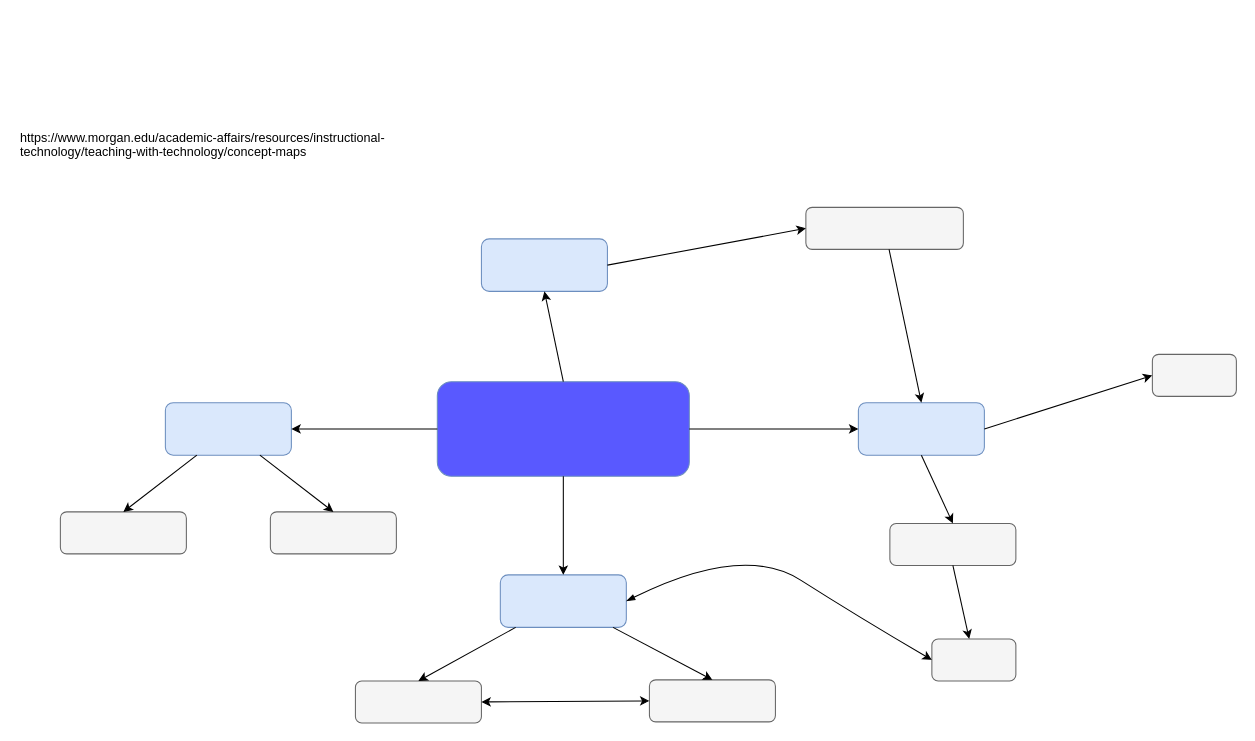
Earlier version of the draw.io diagram page "2.2" (2 of 4) of ConceptMaps.drawio (k-wtamu/Capstone). Source tidied: cells renumbered, new cells numbered last; positions are measured from the earlier drawing's top-left corner, leaving out a move shared by most shapes. Both pictures are drawn from the tidied source at 105%, with x=0, y=0 at pixel (18, 123).
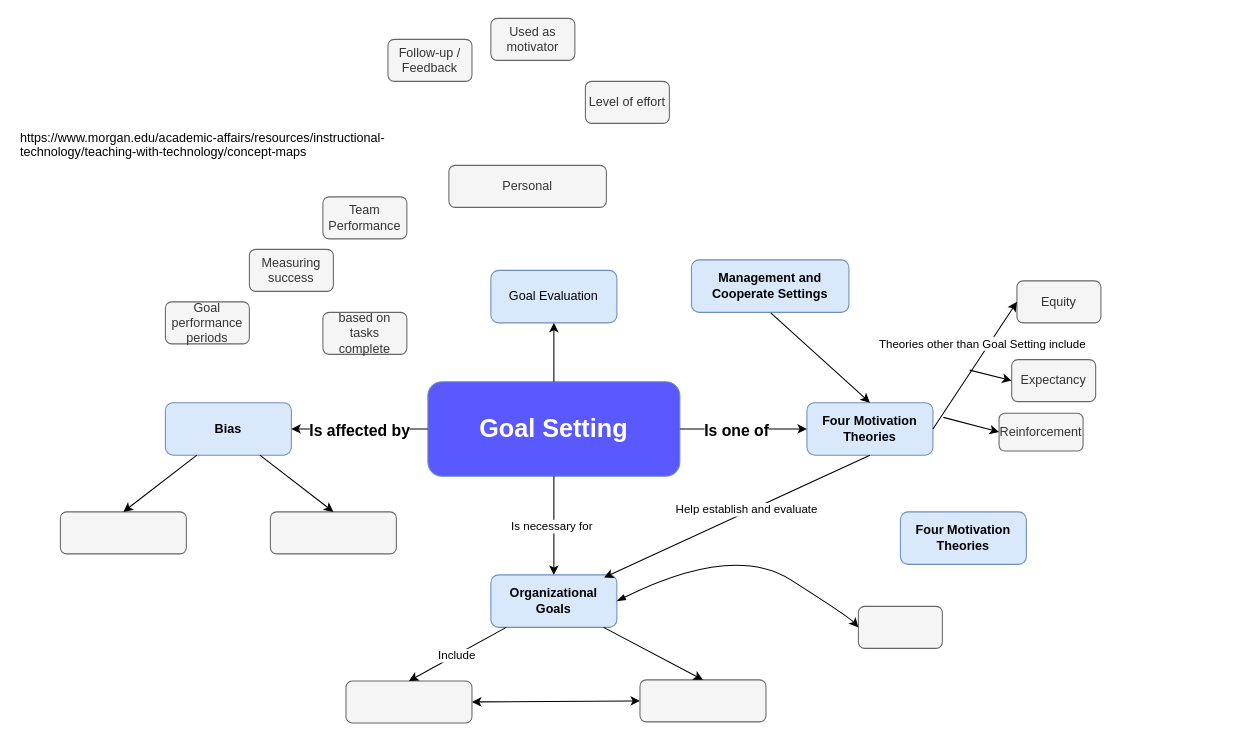
After the change.

The change refers to these unchanged cells:
```xml
<mxCell id="5" style="endArrow=classic;html=1;rounded=0;exitX=0;exitY=0.5;exitDx=0;exitDy=0;entryX=1;entryY=0.5;entryDx=0;entryDy=0;" parent="1" edge="1" source="2" target="3">
  <mxGeometry relative="1" as="geometry" />
</mxCell>
<mxCell id="11" style="endArrow=classic;html=1;rounded=0;exitX=0.5;exitY=1;exitDx=0;exitDy=0;entryX=0.5;entryY=0;entryDx=0;entryDy=0;" parent="1" edge="1" source="2" target="10">
  <mxGeometry relative="1" as="geometry" />
</mxCell>
<mxCell id="15" style="endArrow=classic;html=1;rounded=0;entryX=0.5;entryY=0;entryDx=0;entryDy=0;" parent="1" edge="1" source="10" target="14">
  <mxGeometry relative="1" as="geometry" />
</mxCell>
<mxCell id="25" style="endArrow=classic;html=1;rounded=0;exitX=1;exitY=0.5;exitDx=0;exitDy=0;entryX=0;entryY=0.5;entryDx=0;entryDy=0;" parent="1" edge="1" source="2" target="18">
  <mxGeometry relative="1" as="geometry" />
</mxCell>
<mxCell id="27" style="endArrow=classic;html=1;rounded=0;exitX=1;exitY=0.5;exitDx=0;exitDy=0;entryX=0;entryY=0.5;entryDx=0;entryDy=0;" parent="1" edge="1" source="18" target="21">
  <mxGeometry relative="1" as="geometry" />
</mxCell>
```

What changed in the source:
```diff
@@
-    <mxCell id="2" style="rounded=1;whiteSpace=wrap;html=1;fillColor=#5959FF;strokeColor=#6c8ebf;gradientColor=none;" parent="1" vertex="1">
-      <mxGeometry x="399" y="246" width="240" height="90" as="geometry" />
+    <mxCell id="2" value="&lt;font style=&quot;font-size: 24px; color: rgb(255, 255, 255);&quot;&gt;&lt;b&gt;Goal Setting&lt;/b&gt;&lt;/font&gt;" style="rounded=1;whiteSpace=wrap;html=1;fillColor=#5959FF;strokeColor=#6c8ebf;gradientColor=none;" parent="1" vertex="1">
+      <mxGeometry x="390" y="246" width="240" height="90" as="geometry" />
     </mxCell>
-    <mxCell id="3" style="rounded=1;whiteSpace=wrap;html=1;fillColor=#dae8fc;strokeColor=#6c8ebf;" parent="1" vertex="1">
+    <mxCell id="3" value="&lt;b&gt;Bias&lt;/b&gt;" style="rounded=1;whiteSpace=wrap;html=1;fillColor=#dae8fc;strokeColor=#6c8ebf;" parent="1" vertex="1">
       <mxGeometry x="140" y="266" width="120" height="50" as="geometry" />
     </mxCell>
@@
+    <mxCell id="31" value="&lt;b&gt;&lt;font style=&quot;font-size: 15px;&quot;&gt;Is &lt;font style=&quot;&quot;&gt;affected &lt;/font&gt;by&lt;/font&gt;&lt;/b&gt;" style="edgeLabel;html=1;align=center;verticalAlign=middle;" parent="5" vertex="1">
+      <mxGeometry x="-0.27" y="-3" relative="1" as="geometry">
+        <mxPoint x="-19" y="3" as="offset" />
+      </mxGeometry>
+    </mxCell>
@@
-    <mxCell id="10" style="rounded=1;whiteSpace=wrap;html=1;fillColor=#dae8fc;strokeColor=#6c8ebf;" parent="1" vertex="1">
-      <mxGeometry x="459" y="430" width="120" height="50" as="geometry" />
+    <mxCell id="10" value="&lt;b&gt;Organizational Goals&lt;/b&gt;" style="rounded=1;whiteSpace=wrap;html=1;fillColor=#dae8fc;strokeColor=#6c8ebf;" parent="1" vertex="1">
+      <mxGeometry x="450" y="430" width="120" height="50" as="geometry" />
     </mxCell>
@@
+    <mxCell id="32" value="Is necessary for" style="edgeLabel;html=1;align=center;verticalAlign=middle;" parent="11" vertex="1">
+      <mxGeometry y="-3" relative="1" as="geometry" />
+    </mxCell>
     <mxCell id="12" style="rounded=1;whiteSpace=wrap;html=1;fillColor=#f5f5f5;fontColor=#333333;strokeColor=#666666;" parent="1" vertex="1">
-      <mxGeometry x="601" y="530" width="120" height="40" as="geometry" />
+      <mxGeometry x="592" y="530" width="120" height="40" as="geometry" />
     </mxCell>
@@
     <mxCell id="14" style="rounded=1;whiteSpace=wrap;html=1;fillColor=#f5f5f5;fontColor=#333333;strokeColor=#666666;" parent="1" vertex="1">
-      <mxGeometry x="321" y="531" width="120" height="40" as="geometry" />
+      <mxGeometry x="312" y="531" width="120" height="40" as="geometry" />
     </mxCell>
@@
+    <mxCell id="33" value="Include&amp;nbsp;" style="edgeLabel;html=1;align=center;verticalAlign=middle;" parent="15" vertex="1">
+      <mxGeometry x="0.03" y="2" relative="1" as="geometry">
+        <mxPoint y="-1" as="offset" />
+      </mxGeometry>
+    </mxCell>
@@
-    <mxCell id="17" style="rounded=1;whiteSpace=wrap;html=1;fillColor=#dae8fc;strokeColor=#6c8ebf;" parent="1" vertex="1">
-      <mxGeometry x="441" y="110" width="120" height="50" as="geometry" />
+    <mxCell id="17" value="Goal Evaluation" style="rounded=1;whiteSpace=wrap;html=1;fillColor=#dae8fc;strokeColor=#6c8ebf;" parent="1" vertex="1">
+      <mxGeometry x="450" y="140" width="120" height="50" as="geometry" />
     </mxCell>
-    <mxCell id="18" style="rounded=1;whiteSpace=wrap;html=1;fillColor=#dae8fc;strokeColor=#6c8ebf;" parent="1" vertex="1">
-      <mxGeometry x="800" y="266" width="120" height="50" as="geometry" />
+    <mxCell id="18" value="Four Motivation Theories" style="rounded=1;whiteSpace=wrap;html=1;fillColor=#dae8fc;strokeColor=#6c8ebf;fontStyle=1;" parent="1" vertex="1">
+      <mxGeometry x="751" y="266" width="120" height="50" as="geometry" />
     </mxCell>
     <mxCell id="19" style="rounded=1;whiteSpace=wrap;html=1;fillColor=#f5f5f5;fontColor=#333333;strokeColor=#666666;" parent="1" vertex="1">
-      <mxGeometry x="870" y="491" width="80" height="40" as="geometry" />
+      <mxGeometry x="800" y="460" width="80" height="40" as="geometry" />
     </mxCell>
-    <mxCell id="20" style="rounded=1;whiteSpace=wrap;html=1;fillColor=#f5f5f5;fontColor=#333333;strokeColor=#666666;" parent="1" vertex="1">
-      <mxGeometry x="830" y="381" width="120" height="40" as="geometry" />
-    </mxCell>
-    <mxCell id="21" style="rounded=1;whiteSpace=wrap;html=1;fillColor=#f5f5f5;fontColor=#333333;strokeColor=#666666;" parent="1" vertex="1">
-      <mxGeometry x="1080" y="220" width="80" height="40" as="geometry" />
+    <mxCell id="21" value="Equity" style="rounded=1;whiteSpace=wrap;html=1;fillColor=#f5f5f5;fontColor=#333333;strokeColor=#666666;" parent="1" vertex="1">
+      <mxGeometry x="951" y="150" width="80" height="40" as="geometry" />
     </mxCell>
-    <mxCell id="22" style="rounded=1;whiteSpace=wrap;html=1;fillColor=#f5f5f5;fontColor=#333333;strokeColor=#666666;" parent="1" vertex="1">
-      <mxGeometry x="750" y="80" width="150" height="40" as="geometry" />
+    <mxCell id="22" value="Personal" style="rounded=1;whiteSpace=wrap;html=1;fillColor=#f5f5f5;fontColor=#333333;strokeColor=#666666;" parent="1" vertex="1">
+      <mxGeometry x="410" y="40" width="150" height="40" as="geometry" />
     </mxCell>
@@
-    <mxCell id="24" style="endArrow=classic;html=1;rounded=0;exitX=1;exitY=0.5;exitDx=0;exitDy=0;entryX=0;entryY=0.5;entryDx=0;entryDy=0;" parent="1" edge="1" source="17" target="22">
-      <mxGeometry relative="1" as="geometry" />
-    </mxCell>
@@
+    <mxCell id="34" value="&lt;b&gt;&lt;font style=&quot;font-size: 15px;&quot;&gt;Is one of&lt;/font&gt;&lt;/b&gt;" style="edgeLabel;html=1;align=center;verticalAlign=middle;" parent="25" vertex="1">
+      <mxGeometry x="-0.43" y="-1" relative="1" as="geometry">
+        <mxPoint x="19" y="-1" as="offset" />
+      </mxGeometry>
+    </mxCell>
-    <mxCell id="26" style="endArrow=classic;html=1;rounded=0;exitX=0.5;exitY=1;exitDx=0;exitDy=0;entryX=0.5;entryY=0;entryDx=0;entryDy=0;" parent="1" edge="1" source="18" target="20">
+    <mxCell id="26" style="endArrow=classic;html=1;rounded=0;exitX=0.5;exitY=1;exitDx=0;exitDy=0;entryX=0.898;entryY=0.052;entryDx=0;entryDy=0;entryPerimeter=0;" parent="1" edge="1" source="18" target="10">
       <mxGeometry relative="1" as="geometry" />
     </mxCell>
+    <mxCell id="35" value="Help establish and evaluate&amp;nbsp;" style="edgeLabel;html=1;align=center;verticalAlign=middle;" parent="26" vertex="1">
+      <mxGeometry x="-0.09" y="-2" relative="1" as="geometry" />
+    </mxCell>
@@
+    <mxCell id="36" value="Theories other than Goal Setting include" style="edgeLabel;html=1;align=center;verticalAlign=middle;" parent="27" vertex="1">
+      <mxGeometry x="-0.34" relative="1" as="geometry">
+        <mxPoint x="20" y="-41" as="offset" />
+      </mxGeometry>
+    </mxCell>
-    <mxCell id="28" style="endArrow=classic;html=1;rounded=0;entryX=0.5;entryY=0;entryDx=0;entryDy=0;" parent="1" edge="1" source="22" target="18">
+    <mxCell id="28" style="endArrow=classic;html=1;rounded=0;entryX=0.5;entryY=0;entryDx=0;entryDy=0;exitX=0.5;exitY=1;exitDx=0;exitDy=0;" parent="1" edge="1" source="41" target="18">
       <mxGeometry relative="1" as="geometry" />
     </mxCell>
-    <mxCell id="29" style="endArrow=classic;html=1;rounded=0;exitX=0.5;exitY=1;exitDx=0;exitDy=0;" parent="1" edge="1" source="20" target="19">
-      <mxGeometry relative="1" as="geometry" />
-    </mxCell>
     <mxCell id="30" style="curved=1;endArrow=classic;html=1;rounded=0;exitX=1;exitY=0.5;exitDx=0;exitDy=0;entryX=0;entryY=0.5;entryDx=0;entryDy=0;startArrow=blockThin;startFill=1;" parent="1" edge="1" source="10" target="19">
       <mxGeometry relative="1" as="geometry">
         <Array as="points">
-          <mxPoint x="690" y="400" />
-          <mxPoint x="800" y="470" />
+          <mxPoint x="681" y="400" />
+          <mxPoint x="791" y="470" />
         </Array>
       </mxGeometry>
     </mxCell>
+    <mxCell id="37" value="Expectancy" style="rounded=1;whiteSpace=wrap;html=1;fillColor=#f5f5f5;fontColor=#333333;strokeColor=#666666;" parent="1" vertex="1">
+      <mxGeometry x="946" y="225" width="80" height="40" as="geometry" />
+    </mxCell>
+    <mxCell id="38" style="endArrow=classic;html=1;rounded=0;entryX=0;entryY=0.5;entryDx=0;entryDy=0;" parent="1" edge="1" target="37">
+      <mxGeometry relative="1" as="geometry">
+        <mxPoint x="906" y="235" as="sourcePoint" />
+      </mxGeometry>
+    </mxCell>
+    <mxCell id="39" value="Reinforcement" style="rounded=1;whiteSpace=wrap;html=1;fillColor=#f5f5f5;fontColor=#333333;strokeColor=#666666;" parent="1" vertex="1">
+      <mxGeometry x="934" y="276" width="80" height="36" as="geometry" />
+    </mxCell>
+    <mxCell id="40" style="endArrow=classic;html=1;rounded=0;entryX=0;entryY=0.5;entryDx=0;entryDy=0;" parent="1" edge="1" target="39">
+      <mxGeometry relative="1" as="geometry">
+        <mxPoint x="881" y="280" as="sourcePoint" />
+      </mxGeometry>
+    </mxCell>
+    <mxCell id="41" value="&lt;b style=&quot;color: rgb(0, 0, 0);&quot;&gt;Management and Cooperate Settings&lt;/b&gt;" style="rounded=1;whiteSpace=wrap;html=1;fillColor=#dae8fc;strokeColor=#6c8ebf;" parent="1" vertex="1">
+      <mxGeometry x="641" y="130" width="150" height="50" as="geometry" />
+    </mxCell>
+    <mxCell id="42" value="Four Motivation Theories" style="rounded=1;whiteSpace=wrap;html=1;fillColor=#dae8fc;strokeColor=#6c8ebf;fontStyle=1;" parent="1" vertex="1">
+      <mxGeometry x="840" y="370" width="120" height="50" as="geometry" />
+    </mxCell>
+    <mxCell id="43" value="Team Performance" style="rounded=1;whiteSpace=wrap;html=1;fillColor=#f5f5f5;fontColor=#333333;strokeColor=#666666;" parent="1" vertex="1">
+      <mxGeometry x="290" y="70" width="80" height="40" as="geometry" />
+    </mxCell>
+    <mxCell id="44" value="Measuring success" style="rounded=1;whiteSpace=wrap;html=1;fillColor=#f5f5f5;fontColor=#333333;strokeColor=#666666;" parent="1" vertex="1">
+      <mxGeometry x="220" y="120" width="80" height="40" as="geometry" />
+    </mxCell>
+    <mxCell id="45" value="based on tasks complete" style="rounded=1;whiteSpace=wrap;html=1;fillColor=#f5f5f5;fontColor=#333333;strokeColor=#666666;" parent="1" vertex="1">
+      <mxGeometry x="290" y="180" width="80" height="40" as="geometry" />
+    </mxCell>
+    <mxCell id="46" value="Goal performance periods" style="rounded=1;whiteSpace=wrap;html=1;fillColor=#f5f5f5;fontColor=#333333;strokeColor=#666666;" parent="1" vertex="1">
+      <mxGeometry x="140" y="170" width="80" height="40" as="geometry" />
+    </mxCell>
+    <mxCell id="47" value="Level of effort" style="rounded=1;whiteSpace=wrap;html=1;fillColor=#f5f5f5;fontColor=#333333;strokeColor=#666666;" parent="1" vertex="1">
+      <mxGeometry x="540" y="-40" width="80" height="40" as="geometry" />
+    </mxCell>
+    <mxCell id="48" value="Follow-up / Feedback" style="rounded=1;whiteSpace=wrap;html=1;fillColor=#f5f5f5;fontColor=#333333;strokeColor=#666666;" parent="1" vertex="1">
+      <mxGeometry x="352" y="-80" width="80" height="40" as="geometry" />
+    </mxCell>
+    <mxCell id="49" value="Used as motivator" style="rounded=1;whiteSpace=wrap;html=1;fillColor=#f5f5f5;fontColor=#333333;strokeColor=#666666;" parent="1" vertex="1">
+      <mxGeometry x="450" y="-100" width="80" height="40" as="geometry" />
+    </mxCell>
```
